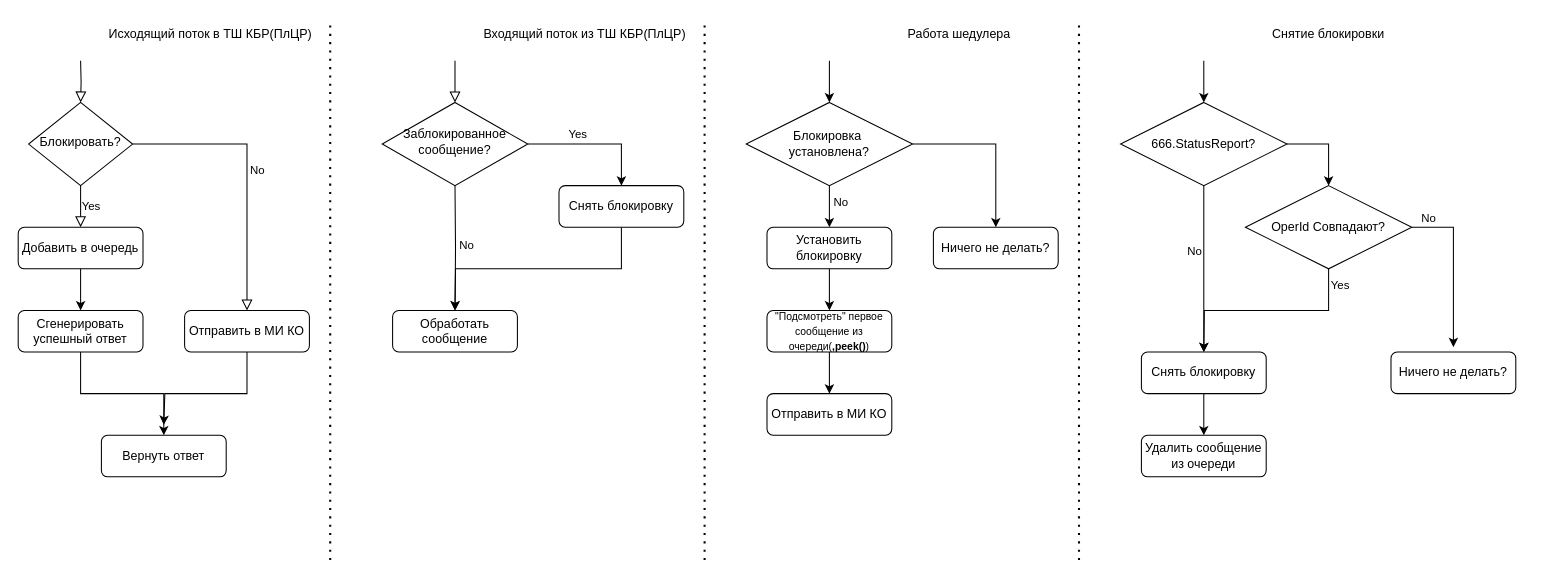
The draw.io diagram Block Flow.drawio in maxiko/ARC-016, before the edit. Source tidied: cells renumbered, new cells numbered last; positions are measured from the earlier drawing's top-left corner, leaving out a move shared by most shapes. Both pictures are drawn from the tidied source at 104%, with x=0, y=0 at pixel (18, 19).
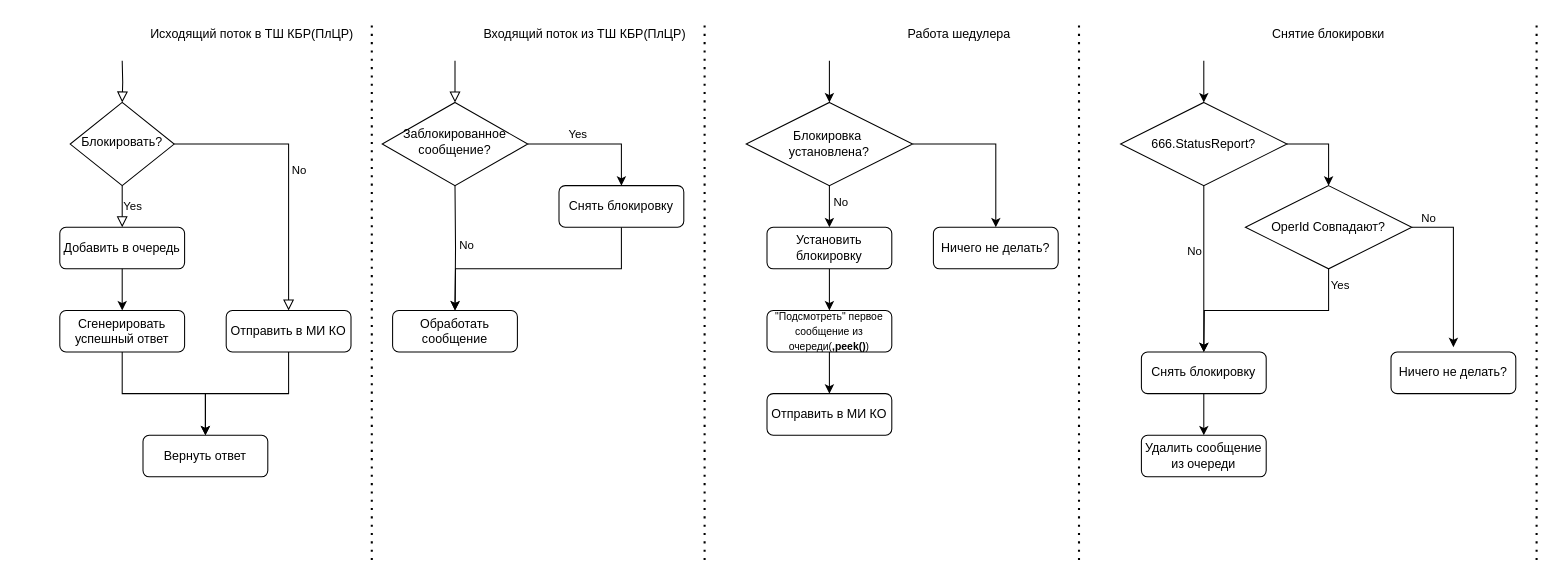
The same page after the edit.

What changed in the source:
```diff
@@
     <mxCell id="4" value="Блокировать?" style="rhombus;whiteSpace=wrap;html=1;shadow=0;fontFamily=Helvetica;fontSize=12;align=center;strokeWidth=1;spacing=6;spacingTop=-4;" parent="1" vertex="1">
-      <mxGeometry x="10" y="80" width="100" height="80" as="geometry" />
+      <mxGeometry x="50" y="80" width="100" height="80" as="geometry" />
     </mxCell>
-    <mxCell id="5" style="edgeStyle=orthogonalEdgeStyle;rounded=0;jettySize=auto;html=1;exitX=0.5;exitY=1;exitDx=0;exitDy=0;" parent="1" edge="1" source="6">
-      <mxGeometry relative="1" as="geometry">
-        <mxPoint x="140" y="390" as="targetPoint" />
-        <Array as="points">
-          <mxPoint x="220" y="360" />
-          <mxPoint x="141" y="360" />
-          <mxPoint x="141" y="390" />
-        </Array>
-      </mxGeometry>
-    </mxCell>
+    <mxCell id="56" style="edgeStyle=orthogonalEdgeStyle;rounded=0;jettySize=auto;html=1;exitX=0.5;exitY=1;exitDx=0;exitDy=0;entryX=0.5;entryY=0;entryDx=0;entryDy=0;" parent="1" edge="1" source="6" target="10">
+      <mxGeometry relative="1" as="geometry" />
+    </mxCell>
     <mxCell id="6" value="Отправить в МИ КО" style="rounded=1;whiteSpace=wrap;html=1;fontSize=12;glass=0;strokeWidth=1;shadow=0;" parent="1" vertex="1">
-      <mxGeometry x="160" y="280" width="120" height="40" as="geometry" />
+      <mxGeometry x="200" y="280" width="120" height="40" as="geometry" />
     </mxCell>
@@
     <mxCell id="8" style="edgeStyle=orthogonalEdgeStyle;rounded=0;jettySize=auto;html=1;exitX=0.5;exitY=1;exitDx=0;exitDy=0;" parent="1" edge="1" source="23">
       <mxGeometry relative="1" as="geometry">
-        <mxPoint x="59.9" y="300" as="targetPoint" />
+        <mxPoint x="99.9" y="300" as="targetPoint" />
       </mxGeometry>
     </mxCell>
     <mxCell id="9" value="Добавить в очередь" style="rounded=1;whiteSpace=wrap;html=1;fontSize=12;glass=0;strokeWidth=1;shadow=0;" parent="1" vertex="1">
-      <mxGeometry y="200" width="120" height="40" as="geometry" />
+      <mxGeometry x="40" y="200" width="120" height="40" as="geometry" />
     </mxCell>
     <mxCell id="10" value="Вернуть ответ" style="rounded=1;whiteSpace=wrap;html=1;fontSize=12;glass=0;strokeWidth=1;shadow=0;" parent="1" vertex="1">
-      <mxGeometry x="80" y="400" width="120" height="40" as="geometry" />
+      <mxGeometry x="120" y="400" width="120" height="40" as="geometry" />
     </mxCell>
@@
     <mxCell id="16" style="rounded=0;html=1;jettySize=auto;orthogonalLoop=1;fontSize=11;endArrow=block;endFill=0;endSize=8;strokeWidth=1;shadow=0;labelBackgroundColor=none;edgeStyle=orthogonalEdgeStyle;" parent="1" edge="1">
       <mxGeometry relative="1" as="geometry">
-        <mxPoint x="60" y="40" as="sourcePoint" />
-        <mxPoint x="60" y="80" as="targetPoint" />
+        <mxPoint x="100" y="40" as="sourcePoint" />
+        <mxPoint x="100" y="80" as="targetPoint" />
       </mxGeometry>
     </mxCell>
@@
     <mxCell id="23" value="Сгенерировать успешный ответ" style="rounded=1;whiteSpace=wrap;html=1;fontSize=12;glass=0;strokeWidth=1;shadow=0;" parent="1" vertex="1">
-      <mxGeometry y="280" width="120" height="40" as="geometry" />
+      <mxGeometry x="40" y="280" width="120" height="40" as="geometry" />
     </mxCell>
@@
     <mxCell id="51" style="endArrow=none;dashed=1;html=1;dashPattern=1 3;strokeWidth=2;rounded=0;" parent="1" edge="1">
       <mxGeometry relative="1" as="geometry">
-        <mxPoint x="300" y="520" as="sourcePoint" />
-        <mxPoint x="300" as="targetPoint" />
+        <mxPoint x="340" y="520" as="sourcePoint" />
+        <mxPoint x="340" as="targetPoint" />
       </mxGeometry>
     </mxCell>
     <mxCell id="52" value="Исходящий поток в ТШ КБР(ПлЦР)" style="text;html=1;align=center;verticalAlign=middle;whiteSpace=wrap;rounded=0;" parent="1" vertex="1">
-      <mxGeometry x="80" width="210" height="30" as="geometry" />
+      <mxGeometry x="120" width="210" height="30" as="geometry" />
     </mxCell>
@@
+    <mxCell id="57" style="endArrow=none;dashed=1;html=1;dashPattern=1 3;strokeWidth=2;rounded=0;" parent="1" edge="1">
+      <mxGeometry relative="1" as="geometry">
+        <mxPoint x="1460" y="520" as="sourcePoint" />
+        <mxPoint x="1460" as="targetPoint" />
+      </mxGeometry>
+    </mxCell>
```
